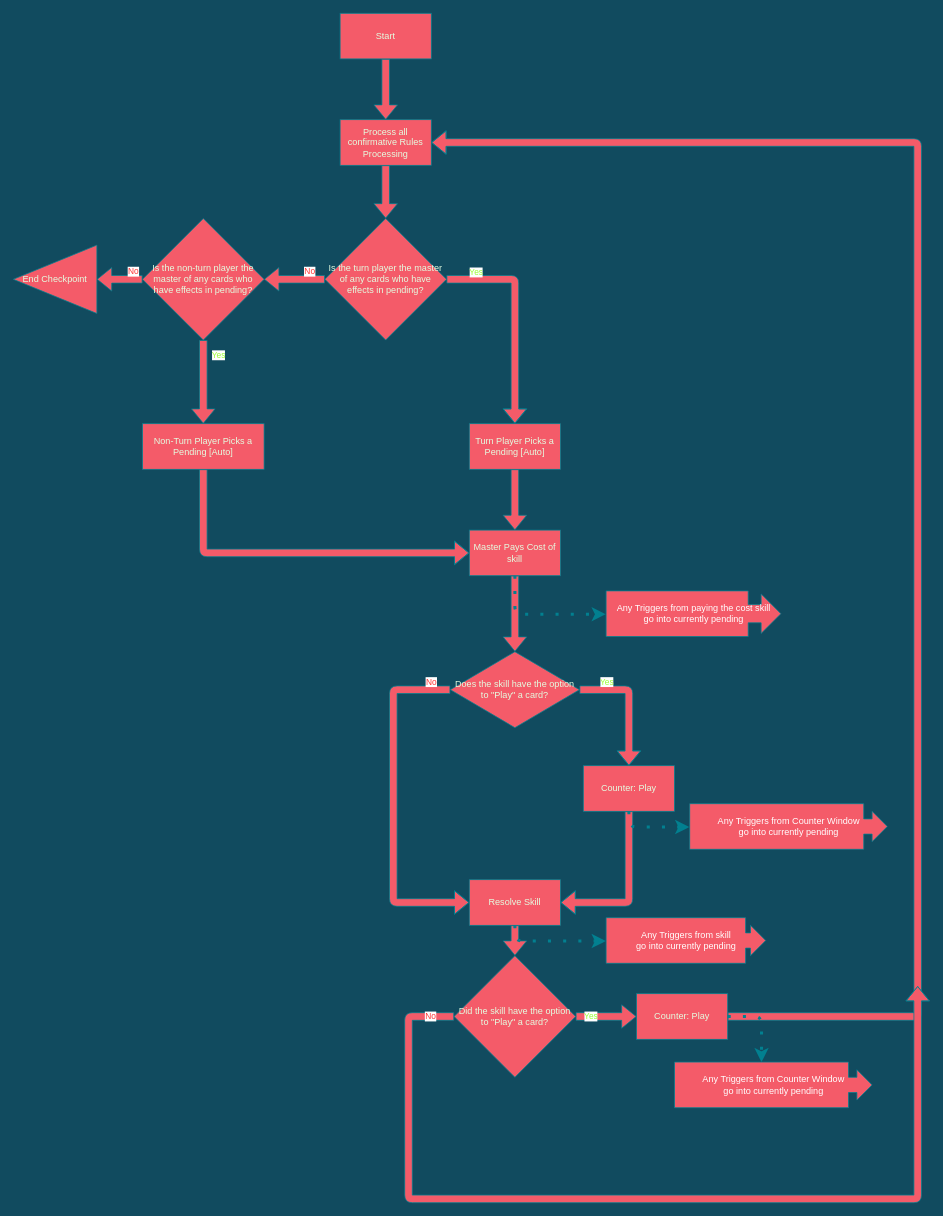
Earlier version of the draw.io diagram page "Checkpoint-Detailed-TurnPlayer" (5 of 9) of diagrams/timing.drawio (Slamerz/Dragon-Ball-Super-Rulings). Source tidied: cells renumbered, new cells numbered last; positions are measured from the earlier drawing's top-left corner, leaving out a move shared by most shapes. Both pictures are drawn from the tidied source at 76%, with x=0, y=0 at pixel (13, 13).
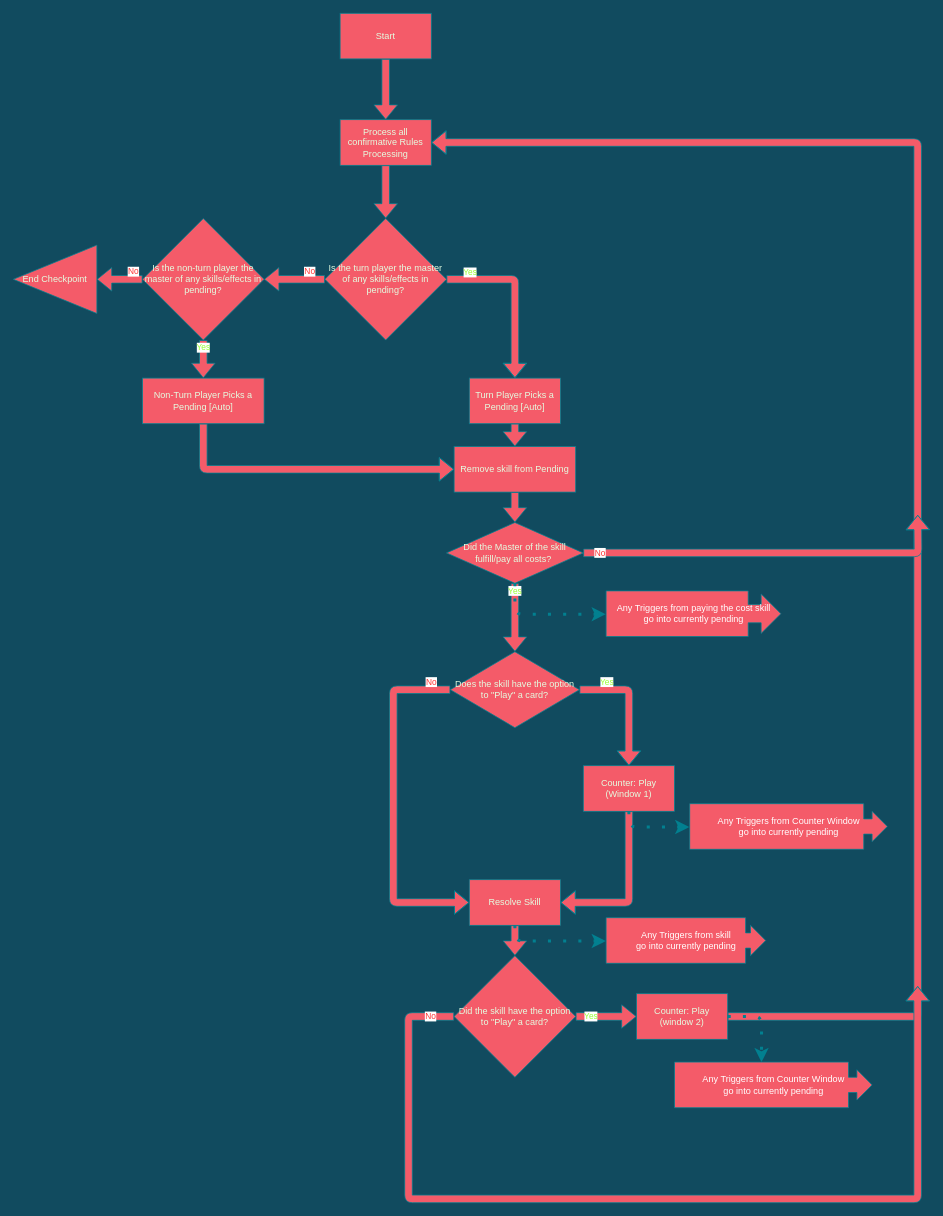
After the change.

Unchanged cells that the change refers to:
```xml
<mxCell id="18" value="Does the skill have the option to &quot;Play&quot; a card?" style="rhombus;whiteSpace=wrap;html=1;fontFamily=Helvetica;fontSize=12;fontColor=#E4FDE1;align=center;strokeColor=#028090;fillColor=#F45B69;sketch=0;" parent="1" vertex="1">
  <mxGeometry x="575" y="840" width="170" height="100" as="geometry" />
</mxCell>
```

The edit, as a diff of the source:
```diff
@@
-    <mxCell id="10" value="Is the turn player the master of any cards who have effects in pending?" style="rhombus;whiteSpace=wrap;html=1;rounded=0;fontColor=#E4FDE1;strokeColor=#028090;fillColor=#F45B69;sketch=0;" parent="1" vertex="1">
+    <mxCell id="10" value="Is the turn player the master of any skills/effects in pending?" style="rhombus;whiteSpace=wrap;html=1;rounded=0;fontColor=#E4FDE1;strokeColor=#028090;fillColor=#F45B69;sketch=0;" parent="1" vertex="1">
       <mxGeometry x="410" y="270" width="160" height="160" as="geometry" />
     </mxCell>
-    <mxCell id="11" style="shape=flexArrow;endArrow=classic;html=1;fontFamily=Helvetica;fontSize=11;fontColor=#E4FDE1;align=center;strokeColor=#028090;fillColor=#F45B69;edgeStyle=orthogonalEdgeStyle;sketch=0;" parent="1" edge="1" source="12" target="14">
+    <mxCell id="11" style="shape=flexArrow;endArrow=classic;html=1;fontFamily=Helvetica;fontSize=11;fontColor=#E4FDE1;align=center;strokeColor=#028090;fillColor=#F45B69;edgeStyle=orthogonalEdgeStyle;sketch=0;entryX=0.5;entryY=0;entryDx=0;entryDy=0;" parent="1" edge="1" source="12" target="42">
       <mxGeometry relative="1" as="geometry" />
     </mxCell>
     <mxCell id="12" value="Turn Player Picks a Pending [Auto]" style="whiteSpace=wrap;html=1;rounded=0;fontColor=#E4FDE1;strokeColor=#028090;fillColor=#F45B69;sketch=0;" parent="1" vertex="1">
-      <mxGeometry x="600" y="540" width="120" height="60" as="geometry" />
+      <mxGeometry x="600" y="480" width="120" height="60" as="geometry" />
     </mxCell>
-    <mxCell id="13" style="shape=flexArrow;endArrow=classic;html=1;fontFamily=Helvetica;fontSize=11;fontColor=#E4FDE1;align=center;strokeColor=#028090;fillColor=#F45B69;edgeStyle=orthogonalEdgeStyle;sketch=0;" parent="1" edge="1" source="14" target="18">
-      <mxGeometry relative="1" as="geometry" />
+    <mxCell id="13" value="Yes" style="shape=flexArrow;endArrow=classic;html=1;fontFamily=Helvetica;fontSize=11;fontColor=#99FF33;align=center;strokeColor=#028090;fillColor=#F45B69;edgeStyle=orthogonalEdgeStyle;sketch=0;" parent="1" edge="1" source="14" target="18">
+      <mxGeometry x="-0.78" relative="1" as="geometry" />
     </mxCell>
-    <mxCell id="14" value="Master Pays Cost of skill" style="whiteSpace=wrap;html=1;rounded=0;fontColor=#E4FDE1;strokeColor=#028090;fillColor=#F45B69;sketch=0;" parent="1" vertex="1">
-      <mxGeometry x="600" y="680" width="120" height="60" as="geometry" />
+    <mxCell id="14" value="Did the Master of the skill fulfill/pay all costs?&amp;nbsp;" style="rhombus;whiteSpace=wrap;html=1;fontFamily=Helvetica;fontSize=12;fontColor=#E4FDE1;align=center;strokeColor=#028090;fillColor=#F45B69;sketch=0;" parent="1" vertex="1">
+      <mxGeometry x="570" y="670" width="180" height="80" as="geometry" />
     </mxCell>
@@
-    <mxCell id="20" value="Counter: Play" style="whiteSpace=wrap;html=1;fontColor=#E4FDE1;strokeColor=#028090;fillColor=#F45B69;sketch=0;" parent="1" vertex="1">
+    <mxCell id="20" value="Counter: Play&lt;br&gt;(Window 1)" style="whiteSpace=wrap;html=1;fontColor=#E4FDE1;strokeColor=#028090;fillColor=#F45B69;sketch=0;" parent="1" vertex="1">
       <mxGeometry x="750" y="990" width="120" height="60" as="geometry" />
     </mxCell>
@@
-    <mxCell id="26" value="Counter: Play" style="whiteSpace=wrap;html=1;fontColor=#E4FDE1;strokeColor=#028090;fillColor=#F45B69;sketch=0;" parent="1" vertex="1">
+    <mxCell id="26" value="Counter: Play&lt;br&gt;(window 2)" style="whiteSpace=wrap;html=1;fontColor=#E4FDE1;strokeColor=#028090;fillColor=#F45B69;sketch=0;" parent="1" vertex="1">
       <mxGeometry x="820" y="1290" width="120" height="60" as="geometry" />
     </mxCell>
@@
     <mxCell id="33" value="Yes" style="shape=flexArrow;endArrow=classic;html=1;fontFamily=Helvetica;fontSize=11;fontColor=#99FF33;align=center;strokeColor=#028090;edgeStyle=orthogonalEdgeStyle;strokeWidth=1;fillColor=#F45B69;" parent="1" edge="1" source="35" target="37">
-      <mxGeometry x="-0.64" y="20" relative="1" as="geometry" />
+      <mxGeometry x="-0.6" relative="1" as="geometry" />
     </mxCell>
@@
-    <mxCell id="35" value="Is the non-turn player the master of any cards who have effects in pending?" style="rhombus;whiteSpace=wrap;html=1;rounded=0;fontColor=#E4FDE1;strokeColor=#028090;fillColor=#F45B69;sketch=0;" parent="1" vertex="1">
+    <mxCell id="35" value="Is the non-turn player the master of any skills/effects in pending?" style="rhombus;whiteSpace=wrap;html=1;rounded=0;fontColor=#E4FDE1;strokeColor=#028090;fillColor=#F45B69;sketch=0;" parent="1" vertex="1">
       <mxGeometry x="170" y="270" width="160" height="160" as="geometry" />
     </mxCell>
-    <mxCell id="36" style="shape=flexArrow;endArrow=classic;html=1;fontFamily=Helvetica;fontSize=11;fontColor=#E4FDE1;align=center;strokeColor=#028090;edgeStyle=orthogonalEdgeStyle;strokeWidth=1;fillColor=#F45B69;" parent="1" edge="1" source="37" target="14">
+    <mxCell id="36" style="shape=flexArrow;endArrow=classic;html=1;fontFamily=Helvetica;fontSize=11;fontColor=#E4FDE1;align=center;strokeColor=#028090;edgeStyle=orthogonalEdgeStyle;strokeWidth=1;fillColor=#F45B69;entryX=0;entryY=0.5;entryDx=0;entryDy=0;" parent="1" edge="1" source="37" target="42">
       <mxGeometry relative="1" as="geometry">
         <Array as="points">
-          <mxPoint x="250" y="710" />
+          <mxPoint x="250" y="600" />
         </Array>
       </mxGeometry>
     </mxCell>
     <mxCell id="37" value="Non-Turn Player Picks a Pending [Auto]" style="whiteSpace=wrap;html=1;rounded=0;fontColor=#E4FDE1;strokeColor=#028090;fillColor=#F45B69;sketch=0;" parent="1" vertex="1">
-      <mxGeometry x="170" y="540" width="160" height="60" as="geometry" />
+      <mxGeometry x="170" y="480" width="160" height="60" as="geometry" />
     </mxCell>
@@
+    <mxCell id="41" style="shape=flexArrow;endArrow=classic;html=1;fontFamily=Helvetica;fontSize=11;fontColor=#E4FDE1;align=center;strokeColor=#028090;edgeStyle=orthogonalEdgeStyle;strokeWidth=1;fillColor=#F45B69;entryX=0.5;entryY=0;entryDx=0;entryDy=0;" parent="1" edge="1" source="42" target="14">
+      <mxGeometry relative="1" as="geometry">
+        <Array as="points">
+          <mxPoint x="660" y="670" />
+          <mxPoint x="660" y="670" />
+        </Array>
+      </mxGeometry>
+    </mxCell>
+    <mxCell id="42" value="Remove skill from Pending" style="whiteSpace=wrap;html=1;rounded=0;fontColor=#E4FDE1;strokeColor=#028090;fillColor=#F45B69;sketch=0;" parent="1" vertex="1">
+      <mxGeometry x="580" y="570" width="160" height="60" as="geometry" />
+    </mxCell>
+    <mxCell id="43" value="No" style="edgeStyle=orthogonalEdgeStyle;shape=flexArrow;rounded=1;jettySize=auto;html=1;labelBackgroundColor=default;fontFamily=Helvetica;fontSize=11;fontColor=#FF3333;endArrow=classic;strokeColor=#028090;strokeWidth=1;fillColor=#F45B69;" parent="1" edge="1" source="14">
+      <mxGeometry x="-0.91" relative="1" as="geometry">
+        <mxPoint x="1190" y="660" as="targetPoint" />
+      </mxGeometry>
+    </mxCell>
```
